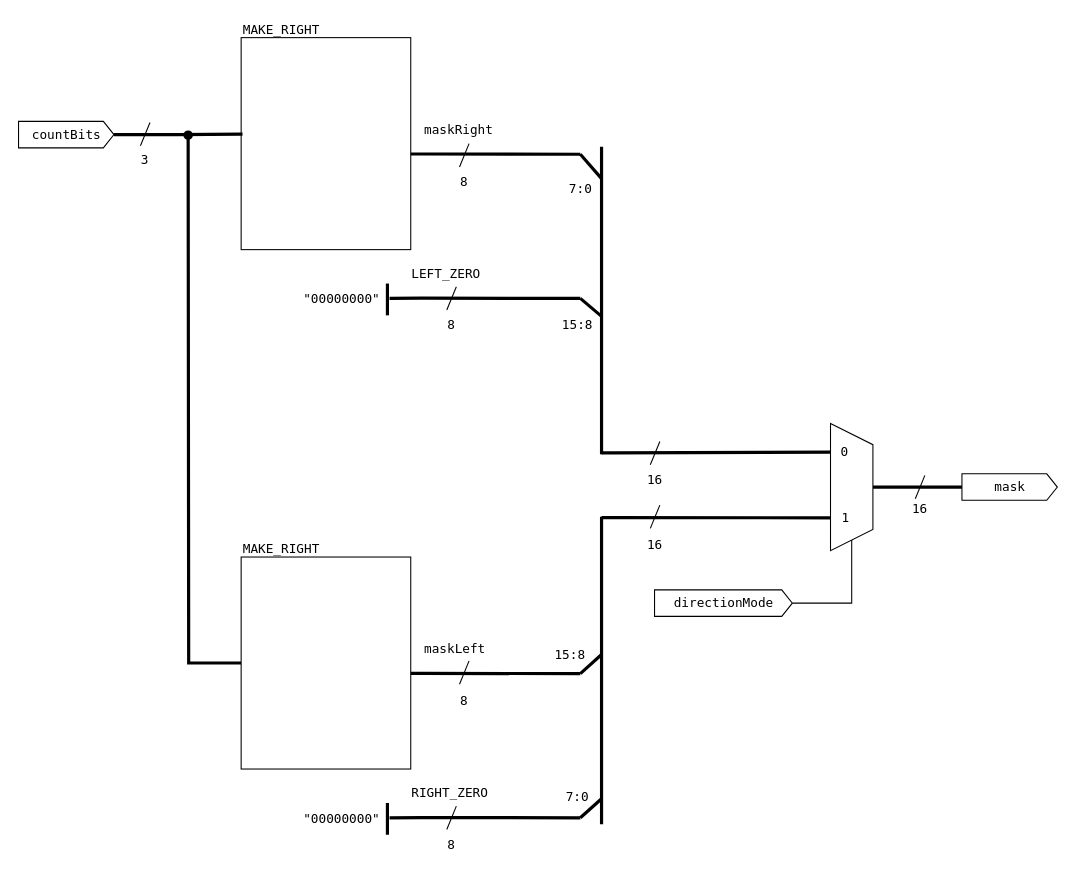
The draw.io diagram lab02/diagrams/CenterPattern.drawio in massette/vhdl-spr25, before the edit. Source tidied: cells renumbered, new cells numbered last; positions are measured from the earlier drawing's top-left corner, leaving out a move shared by most shapes. Both pictures are drawn from the tidied source at 106%, with x=0, y=0 at pixel (18, 18).
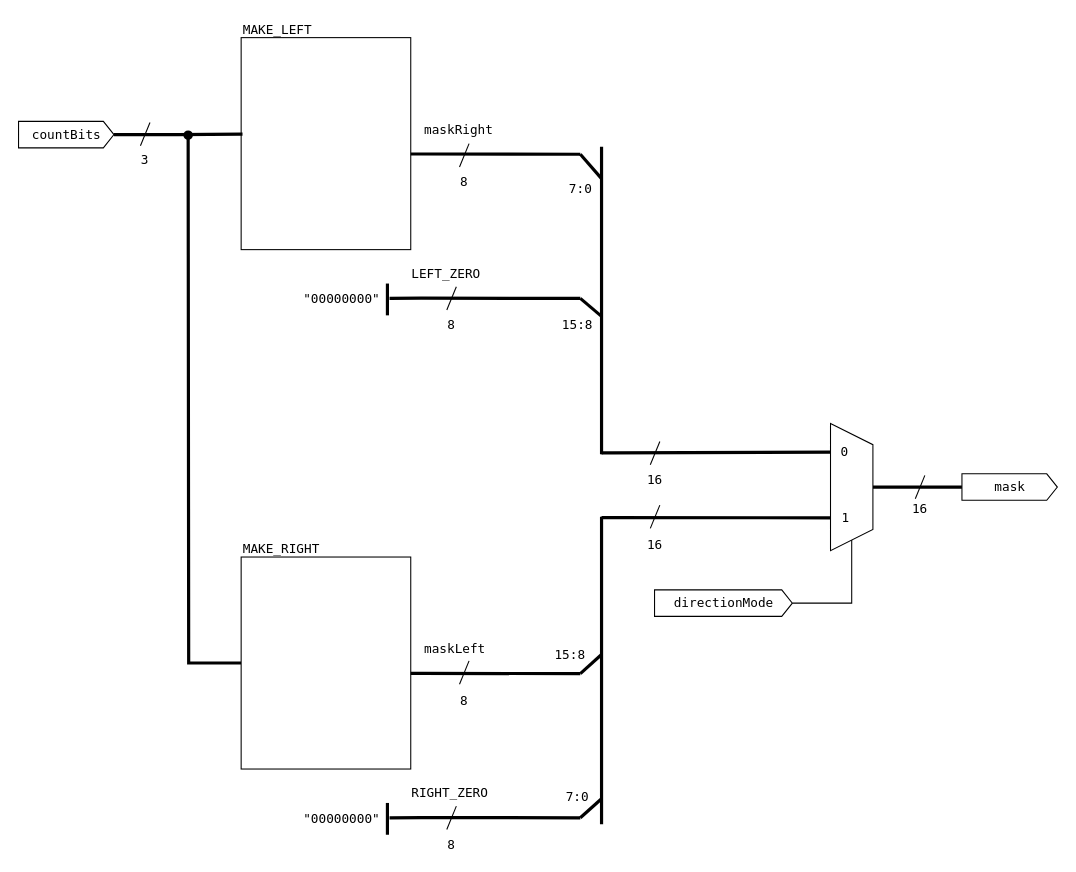
After the change.

Diff of the diagram source:
```diff
@@
-    <mxCell id="21" value="MAKE_RIGHT" style="text;html=1;align=left;verticalAlign=bottom;whiteSpace=wrap;rounded=0;fontFamily=Lucida Console;fontStyle=0;" parent="1" vertex="1">
+    <mxCell id="21" value="MAKE_LEFT" style="text;html=1;align=left;verticalAlign=bottom;whiteSpace=wrap;rounded=0;fontFamily=Lucida Console;fontStyle=0;" parent="1" vertex="1">
       <mxGeometry x="210" width="160" height="20" as="geometry" />
     </mxCell>
```
